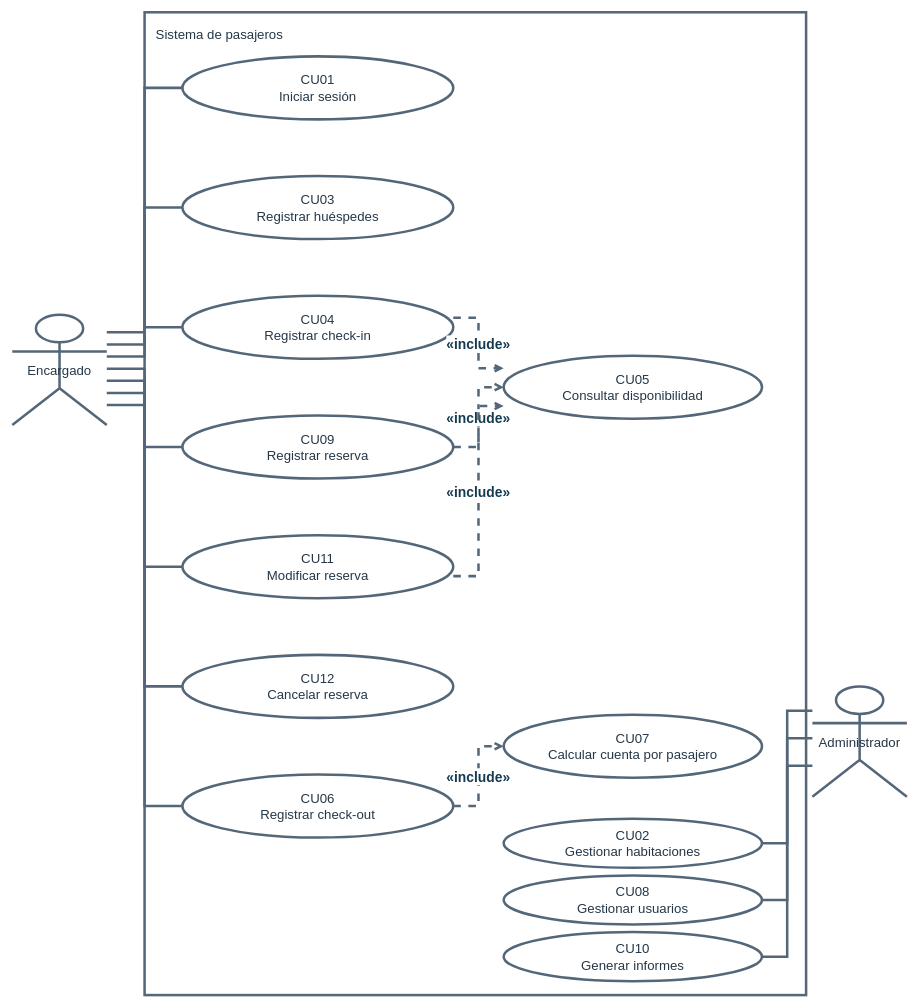
This is diagramas-editables/sistema-casos-de-uso.drawio from Yutre3/hotel-duerme-bien, a draw.io file, before an edit. Source tidied: cells renumbered, new cells numbered last; positions are measured from the earlier drawing's top-left corner, leaving out a move shared by most shapes. Both pictures are drawn from the tidied source at 63%, with x=0, y=0 at pixel (12, 12).
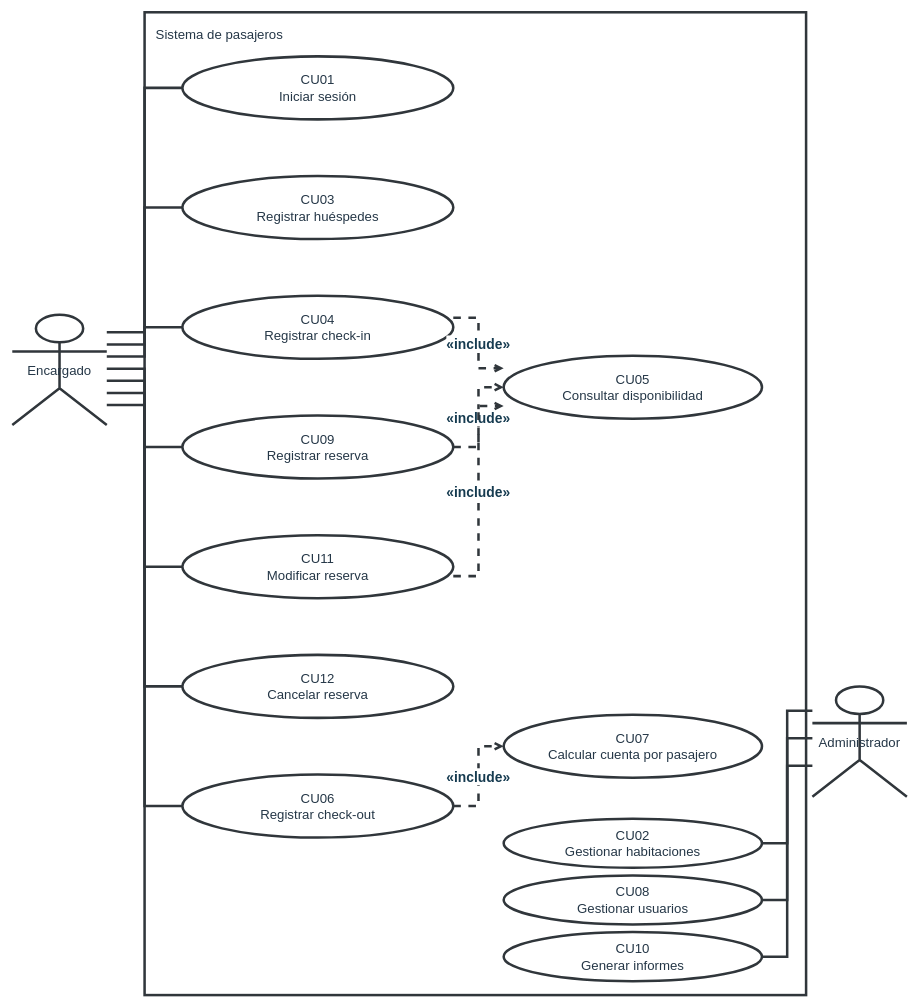
The same page after the edit.

Change to the diagram source:
```diff
@@
-    <mxCell id="2" value="Sistema de pasajeros" style="rounded=0;verticalAlign=top;align=left;spacing=18;html=0;whiteSpace=wrap;strokeColor=#546778;strokeWidth=4;fillColor=#ffffff;fontColor=#253747;fontSize=21;" parent="1" vertex="1">
+    <mxCell id="2" value="Sistema de pasajeros" style="rounded=0;verticalAlign=top;align=left;spacing=18;html=0;whiteSpace=wrap;strokeColor=#30363b;strokeWidth=4;fillColor=#ffffff;fontColor=#253747;fontSize=21;" parent="1" vertex="1">
       <mxGeometry x="210" width="1050" height="1560" as="geometry" />
     </mxCell>
-    <mxCell id="3" value="Encargado" style="shape=umlActor;html=0;whiteSpace=wrap;strokeColor=#546778;strokeWidth=4;fillColor=#ffffff;fontColor=#253747;fontSize=21;" parent="1" vertex="1">
+    <mxCell id="3" value="Encargado" style="shape=umlActor;html=0;whiteSpace=wrap;strokeColor=#30363b;strokeWidth=4;fillColor=#ffffff;fontColor=#253747;fontSize=21;" parent="1" vertex="1">
       <mxGeometry y="480" width="150" height="175" as="geometry" />
     </mxCell>
-    <mxCell id="4" value="Administrador" style="shape=umlActor;html=0;whiteSpace=wrap;strokeColor=#546778;strokeWidth=4;fillColor=#ffffff;fontColor=#253747;fontSize=21;" parent="1" vertex="1">
+    <mxCell id="4" value="Administrador" style="shape=umlActor;html=0;whiteSpace=wrap;strokeColor=#30363b;strokeWidth=4;fillColor=#ffffff;fontColor=#253747;fontSize=21;" parent="1" vertex="1">
       <mxGeometry x="1270" y="1070" width="150" height="175" as="geometry" />
     </mxCell>
-    <mxCell id="5" value="CU01&#10;Iniciar sesión" style="ellipse;html=0;whiteSpace=wrap;strokeColor=#546778;strokeWidth=4;fillColor=#ffffff;fontColor=#253747;fontSize=21;" parent="1" vertex="1">
+    <mxCell id="5" value="CU01&#10;Iniciar sesión" style="ellipse;html=0;whiteSpace=wrap;strokeColor=#30363b;strokeWidth=4;fillColor=#ffffff;fontColor=#253747;fontSize=21;" parent="1" vertex="1">
       <mxGeometry x="270" y="70" width="430" height="100" as="geometry" />
     </mxCell>
-    <mxCell id="6" value="CU03&#10;Registrar huéspedes" style="ellipse;html=0;whiteSpace=wrap;strokeColor=#546778;strokeWidth=4;fillColor=#ffffff;fontColor=#253747;fontSize=21;" parent="1" vertex="1">
+    <mxCell id="6" value="CU03&#10;Registrar huéspedes" style="ellipse;html=0;whiteSpace=wrap;strokeColor=#30363b;strokeWidth=4;fillColor=#ffffff;fontColor=#253747;fontSize=21;" parent="1" vertex="1">
       <mxGeometry x="270" y="260" width="430" height="100" as="geometry" />
     </mxCell>
-    <mxCell id="7" value="CU04&#10;Registrar check-in" style="ellipse;html=0;whiteSpace=wrap;strokeColor=#546778;strokeWidth=4;fillColor=#ffffff;fontColor=#253747;fontSize=21;" parent="1" vertex="1">
+    <mxCell id="7" value="CU04&#10;Registrar check-in" style="ellipse;html=0;whiteSpace=wrap;strokeColor=#30363b;strokeWidth=4;fillColor=#ffffff;fontColor=#253747;fontSize=21;" parent="1" vertex="1">
       <mxGeometry x="270" y="450" width="430" height="100" as="geometry" />
     </mxCell>
-    <mxCell id="8" value="CU09&#10;Registrar reserva" style="ellipse;html=0;whiteSpace=wrap;strokeColor=#546778;strokeWidth=4;fillColor=#ffffff;fontColor=#253747;fontSize=21;" parent="1" vertex="1">
+    <mxCell id="8" value="CU09&#10;Registrar reserva" style="ellipse;html=0;whiteSpace=wrap;strokeColor=#30363b;strokeWidth=4;fillColor=#ffffff;fontColor=#253747;fontSize=21;" parent="1" vertex="1">
       <mxGeometry x="270" y="640" width="430" height="100" as="geometry" />
     </mxCell>
-    <mxCell id="9" value="CU11&#10;Modificar reserva" style="ellipse;html=0;whiteSpace=wrap;strokeColor=#546778;strokeWidth=4;fillColor=#ffffff;fontColor=#253747;fontSize=21;" parent="1" vertex="1">
+    <mxCell id="9" value="CU11&#10;Modificar reserva" style="ellipse;html=0;whiteSpace=wrap;strokeColor=#30363b;strokeWidth=4;fillColor=#ffffff;fontColor=#253747;fontSize=21;" parent="1" vertex="1">
       <mxGeometry x="270" y="830" width="430" height="100" as="geometry" />
     </mxCell>
-    <mxCell id="10" value="CU12&#10;Cancelar reserva" style="ellipse;html=0;whiteSpace=wrap;strokeColor=#546778;strokeWidth=4;fillColor=#ffffff;fontColor=#253747;fontSize=21;" parent="1" vertex="1">
+    <mxCell id="10" value="CU12&#10;Cancelar reserva" style="ellipse;html=0;whiteSpace=wrap;strokeColor=#30363b;strokeWidth=4;fillColor=#ffffff;fontColor=#253747;fontSize=21;" parent="1" vertex="1">
       <mxGeometry x="270" y="1020" width="430" height="100" as="geometry" />
     </mxCell>
-    <mxCell id="11" value="CU06&#10;Registrar check-out" style="ellipse;html=0;whiteSpace=wrap;strokeColor=#546778;strokeWidth=4;fillColor=#ffffff;fontColor=#253747;fontSize=21;" parent="1" vertex="1">
+    <mxCell id="11" value="CU06&#10;Registrar check-out" style="ellipse;html=0;whiteSpace=wrap;strokeColor=#30363b;strokeWidth=4;fillColor=#ffffff;fontColor=#253747;fontSize=21;" parent="1" vertex="1">
       <mxGeometry x="270" y="1210" width="430" height="100" as="geometry" />
     </mxCell>
-    <mxCell id="12" value="CU05&#10;Consultar disponibilidad" style="ellipse;html=0;whiteSpace=wrap;strokeColor=#546778;strokeWidth=4;fillColor=#ffffff;fontColor=#253747;fontSize=21;" parent="1" vertex="1">
+    <mxCell id="12" value="CU05&#10;Consultar disponibilidad" style="ellipse;html=0;whiteSpace=wrap;strokeColor=#30363b;strokeWidth=4;fillColor=#ffffff;fontColor=#253747;fontSize=21;" parent="1" vertex="1">
       <mxGeometry x="780" y="545" width="410" height="100" as="geometry" />
     </mxCell>
-    <mxCell id="13" value="CU07&#10;Calcular cuenta por pasajero" style="ellipse;html=0;whiteSpace=wrap;strokeColor=#546778;strokeWidth=4;fillColor=#ffffff;fontColor=#253747;fontSize=21;" parent="1" vertex="1">
+    <mxCell id="13" value="CU07&#10;Calcular cuenta por pasajero" style="ellipse;html=0;whiteSpace=wrap;strokeColor=#30363b;strokeWidth=4;fillColor=#ffffff;fontColor=#253747;fontSize=21;" parent="1" vertex="1">
       <mxGeometry x="780" y="1115" width="410" height="100" as="geometry" />
     </mxCell>
-    <mxCell id="14" value="CU02&#10;Gestionar habitaciones" style="ellipse;html=0;whiteSpace=wrap;strokeColor=#546778;strokeWidth=4;fillColor=#ffffff;fontColor=#253747;fontSize=21;" parent="1" vertex="1">
+    <mxCell id="14" value="CU02&#10;Gestionar habitaciones" style="ellipse;html=0;whiteSpace=wrap;strokeColor=#30363b;strokeWidth=4;fillColor=#ffffff;fontColor=#253747;fontSize=21;" parent="1" vertex="1">
       <mxGeometry x="780" y="1280" width="410" height="78" as="geometry" />
     </mxCell>
-    <mxCell id="15" value="CU08&#10;Gestionar usuarios" style="ellipse;html=0;whiteSpace=wrap;strokeColor=#546778;strokeWidth=4;fillColor=#ffffff;fontColor=#253747;fontSize=21;" parent="1" vertex="1">
+    <mxCell id="15" value="CU08&#10;Gestionar usuarios" style="ellipse;html=0;whiteSpace=wrap;strokeColor=#30363b;strokeWidth=4;fillColor=#ffffff;fontColor=#253747;fontSize=21;" parent="1" vertex="1">
       <mxGeometry x="780" y="1370" width="410" height="78" as="geometry" />
     </mxCell>
-    <mxCell id="16" value="CU10&#10;Generar informes" style="ellipse;html=0;whiteSpace=wrap;strokeColor=#546778;strokeWidth=4;fillColor=#ffffff;fontColor=#253747;fontSize=21;" parent="1" vertex="1">
+    <mxCell id="16" value="CU10&#10;Generar informes" style="ellipse;html=0;whiteSpace=wrap;strokeColor=#30363b;strokeWidth=4;fillColor=#ffffff;fontColor=#253747;fontSize=21;" parent="1" vertex="1">
       <mxGeometry x="780" y="1460" width="410" height="78" as="geometry" />
     </mxCell>
-    <mxCell id="17" style="html=0;edgeStyle=orthogonalEdgeStyle;jettySize=32;rounded=0;strokeWidth=4;strokeColor=#546778;fontSize=22;fontStyle=1;fontColor=#163b50;labelBackgroundColor=#ffffff;endArrow=none;endFill=0;startArrow=none;startFill=0;exitX=1;exitY=0.16;exitPerimeter=0;entryX=0;entryY=0.5;entryPerimeter=0;" parent="1" edge="1" source="3" target="5">
+    <mxCell id="17" style="html=0;edgeStyle=orthogonalEdgeStyle;jettySize=32;rounded=0;strokeWidth=4;strokeColor=#30363b;fontSize=22;fontStyle=1;fontColor=#163b50;labelBackgroundColor=#ffffff;endArrow=none;endFill=0;startArrow=none;startFill=0;exitX=1;exitY=0.16;exitPerimeter=0;entryX=0;entryY=0.5;entryPerimeter=0;" parent="1" edge="1" source="3" target="5">
       <mxGeometry relative="1" as="geometry" />
     </mxCell>
-    <mxCell id="18" style="html=0;edgeStyle=orthogonalEdgeStyle;jettySize=32;rounded=0;strokeWidth=4;strokeColor=#546778;fontSize=22;fontStyle=1;fontColor=#163b50;labelBackgroundColor=#ffffff;endArrow=none;endFill=0;startArrow=none;startFill=0;exitX=1;exitY=0.27;exitPerimeter=0;entryX=0;entryY=0.5;entryPerimeter=0;" parent="1" edge="1" source="3" target="6">
+    <mxCell id="18" style="html=0;edgeStyle=orthogonalEdgeStyle;jettySize=32;rounded=0;strokeWidth=4;strokeColor=#30363b;fontSize=22;fontStyle=1;fontColor=#163b50;labelBackgroundColor=#ffffff;endArrow=none;endFill=0;startArrow=none;startFill=0;exitX=1;exitY=0.27;exitPerimeter=0;entryX=0;entryY=0.5;entryPerimeter=0;" parent="1" edge="1" source="3" target="6">
       <mxGeometry relative="1" as="geometry" />
     </mxCell>
-    <mxCell id="19" style="html=0;edgeStyle=orthogonalEdgeStyle;jettySize=32;rounded=0;strokeWidth=4;strokeColor=#546778;fontSize=22;fontStyle=1;fontColor=#163b50;labelBackgroundColor=#ffffff;endArrow=none;endFill=0;startArrow=none;startFill=0;exitX=1;exitY=0.38;exitPerimeter=0;entryX=0;entryY=0.5;entryPerimeter=0;" parent="1" edge="1" source="3" target="7">
+    <mxCell id="19" style="html=0;edgeStyle=orthogonalEdgeStyle;jettySize=32;rounded=0;strokeWidth=4;strokeColor=#30363b;fontSize=22;fontStyle=1;fontColor=#163b50;labelBackgroundColor=#ffffff;endArrow=none;endFill=0;startArrow=none;startFill=0;exitX=1;exitY=0.38;exitPerimeter=0;entryX=0;entryY=0.5;entryPerimeter=0;" parent="1" edge="1" source="3" target="7">
       <mxGeometry relative="1" as="geometry" />
     </mxCell>
-    <mxCell id="20" style="html=0;edgeStyle=orthogonalEdgeStyle;jettySize=32;rounded=0;strokeWidth=4;strokeColor=#546778;fontSize=22;fontStyle=1;fontColor=#163b50;labelBackgroundColor=#ffffff;endArrow=none;endFill=0;startArrow=none;startFill=0;exitX=1;exitY=0.49;exitPerimeter=0;entryX=0;entryY=0.5;entryPerimeter=0;" parent="1" edge="1" source="3" target="8">
+    <mxCell id="20" style="html=0;edgeStyle=orthogonalEdgeStyle;jettySize=32;rounded=0;strokeWidth=4;strokeColor=#30363b;fontSize=22;fontStyle=1;fontColor=#163b50;labelBackgroundColor=#ffffff;endArrow=none;endFill=0;startArrow=none;startFill=0;exitX=1;exitY=0.49;exitPerimeter=0;entryX=0;entryY=0.5;entryPerimeter=0;" parent="1" edge="1" source="3" target="8">
       <mxGeometry relative="1" as="geometry" />
     </mxCell>
-    <mxCell id="21" style="html=0;edgeStyle=orthogonalEdgeStyle;jettySize=32;rounded=0;strokeWidth=4;strokeColor=#546778;fontSize=22;fontStyle=1;fontColor=#163b50;labelBackgroundColor=#ffffff;endArrow=none;endFill=0;startArrow=none;startFill=0;exitX=1;exitY=0.6;exitPerimeter=0;entryX=0;entryY=0.5;entryPerimeter=0;" parent="1" edge="1" source="3" target="9">
+    <mxCell id="21" style="html=0;edgeStyle=orthogonalEdgeStyle;jettySize=32;rounded=0;strokeWidth=4;strokeColor=#30363b;fontSize=22;fontStyle=1;fontColor=#163b50;labelBackgroundColor=#ffffff;endArrow=none;endFill=0;startArrow=none;startFill=0;exitX=1;exitY=0.6;exitPerimeter=0;entryX=0;entryY=0.5;entryPerimeter=0;" parent="1" edge="1" source="3" target="9">
       <mxGeometry relative="1" as="geometry" />
     </mxCell>
-    <mxCell id="22" style="html=0;edgeStyle=orthogonalEdgeStyle;jettySize=32;rounded=0;strokeWidth=4;strokeColor=#546778;fontSize=22;fontStyle=1;fontColor=#163b50;labelBackgroundColor=#ffffff;endArrow=none;endFill=0;startArrow=none;startFill=0;exitX=1;exitY=0.7100000000000001;exitPerimeter=0;entryX=0;entryY=0.5;entryPerimeter=0;" parent="1" edge="1" source="3" target="10">
+    <mxCell id="22" style="html=0;edgeStyle=orthogonalEdgeStyle;jettySize=32;rounded=0;strokeWidth=4;strokeColor=#30363b;fontSize=22;fontStyle=1;fontColor=#163b50;labelBackgroundColor=#ffffff;endArrow=none;endFill=0;startArrow=none;startFill=0;exitX=1;exitY=0.7100000000000001;exitPerimeter=0;entryX=0;entryY=0.5;entryPerimeter=0;" parent="1" edge="1" source="3" target="10">
       <mxGeometry relative="1" as="geometry" />
     </mxCell>
-    <mxCell id="23" style="html=0;edgeStyle=orthogonalEdgeStyle;jettySize=32;rounded=0;strokeWidth=4;strokeColor=#546778;fontSize=22;fontStyle=1;fontColor=#163b50;labelBackgroundColor=#ffffff;endArrow=none;endFill=0;startArrow=none;startFill=0;exitX=1;exitY=0.8200000000000001;exitPerimeter=0;entryX=0;entryY=0.5;entryPerimeter=0;" parent="1" edge="1" source="3" target="11">
+    <mxCell id="23" style="html=0;edgeStyle=orthogonalEdgeStyle;jettySize=32;rounded=0;strokeWidth=4;strokeColor=#30363b;fontSize=22;fontStyle=1;fontColor=#163b50;labelBackgroundColor=#ffffff;endArrow=none;endFill=0;startArrow=none;startFill=0;exitX=1;exitY=0.8200000000000001;exitPerimeter=0;entryX=0;entryY=0.5;entryPerimeter=0;" parent="1" edge="1" source="3" target="11">
       <mxGeometry relative="1" as="geometry" />
     </mxCell>
-    <mxCell id="24" value="«include»" style="html=0;edgeStyle=orthogonalEdgeStyle;jettySize=32;rounded=0;strokeWidth=4;strokeColor=#546778;fontSize=22;fontStyle=1;fontColor=#163b50;labelBackgroundColor=#ffffff;endArrow=open;endFill=0;startArrow=none;startFill=0;exitX=1;exitY=0.35;exitPerimeter=0;entryX=0;entryY=0.2;entryPerimeter=0;dashed=1;" parent="1" edge="1" source="7" target="12">
+    <mxCell id="24" value="«include»" style="html=0;edgeStyle=orthogonalEdgeStyle;jettySize=32;rounded=0;strokeWidth=4;strokeColor=#30363b;fontSize=22;fontStyle=1;fontColor=#163b50;labelBackgroundColor=#ffffff;endArrow=open;endFill=0;startArrow=none;startFill=0;exitX=1;exitY=0.35;exitPerimeter=0;entryX=0;entryY=0.2;entryPerimeter=0;dashed=1;" parent="1" edge="1" source="7" target="12">
       <mxGeometry relative="1" as="geometry" />
     </mxCell>
-    <mxCell id="25" value="«include»" style="html=0;edgeStyle=orthogonalEdgeStyle;jettySize=32;rounded=0;strokeWidth=4;strokeColor=#546778;fontSize=22;fontStyle=1;fontColor=#163b50;labelBackgroundColor=#ffffff;endArrow=open;endFill=0;startArrow=none;startFill=0;exitX=1;exitY=0.5;exitPerimeter=0;entryX=0;entryY=0.5;entryPerimeter=0;dashed=1;" parent="1" edge="1" source="8" target="12">
+    <mxCell id="25" value="«include»" style="html=0;edgeStyle=orthogonalEdgeStyle;jettySize=32;rounded=0;strokeWidth=4;strokeColor=#30363b;fontSize=22;fontStyle=1;fontColor=#163b50;labelBackgroundColor=#ffffff;endArrow=open;endFill=0;startArrow=none;startFill=0;exitX=1;exitY=0.5;exitPerimeter=0;entryX=0;entryY=0.5;entryPerimeter=0;dashed=1;" parent="1" edge="1" source="8" target="12">
       <mxGeometry relative="1" as="geometry" />
     </mxCell>
-    <mxCell id="26" value="«include»" style="html=0;edgeStyle=orthogonalEdgeStyle;jettySize=32;rounded=0;strokeWidth=4;strokeColor=#546778;fontSize=22;fontStyle=1;fontColor=#163b50;labelBackgroundColor=#ffffff;endArrow=open;endFill=0;startArrow=none;startFill=0;exitX=1;exitY=0.65;exitPerimeter=0;entryX=0;entryY=0.8;entryPerimeter=0;dashed=1;" parent="1" edge="1" source="9" target="12">
+    <mxCell id="26" value="«include»" style="html=0;edgeStyle=orthogonalEdgeStyle;jettySize=32;rounded=0;strokeWidth=4;strokeColor=#30363b;fontSize=22;fontStyle=1;fontColor=#163b50;labelBackgroundColor=#ffffff;endArrow=open;endFill=0;startArrow=none;startFill=0;exitX=1;exitY=0.65;exitPerimeter=0;entryX=0;entryY=0.8;entryPerimeter=0;dashed=1;" parent="1" edge="1" source="9" target="12">
       <mxGeometry relative="1" as="geometry" />
     </mxCell>
-    <mxCell id="27" value="«include»" style="html=0;edgeStyle=orthogonalEdgeStyle;jettySize=32;rounded=0;strokeWidth=4;strokeColor=#546778;fontSize=22;fontStyle=1;fontColor=#163b50;labelBackgroundColor=#ffffff;endArrow=open;endFill=0;startArrow=none;startFill=0;exitX=1;exitY=0.5;exitPerimeter=0;entryX=0;entryY=0.5;entryPerimeter=0;dashed=1;" parent="1" edge="1" source="11" target="13">
+    <mxCell id="27" value="«include»" style="html=0;edgeStyle=orthogonalEdgeStyle;jettySize=32;rounded=0;strokeWidth=4;strokeColor=#30363b;fontSize=22;fontStyle=1;fontColor=#163b50;labelBackgroundColor=#ffffff;endArrow=open;endFill=0;startArrow=none;startFill=0;exitX=1;exitY=0.5;exitPerimeter=0;entryX=0;entryY=0.5;entryPerimeter=0;dashed=1;" parent="1" edge="1" source="11" target="13">
       <mxGeometry relative="1" as="geometry" />
     </mxCell>
-    <mxCell id="28" style="html=0;edgeStyle=orthogonalEdgeStyle;jettySize=32;rounded=0;strokeWidth=4;strokeColor=#546778;fontSize=22;fontStyle=1;fontColor=#163b50;labelBackgroundColor=#ffffff;endArrow=none;endFill=0;startArrow=none;startFill=0;exitX=0;exitY=0.22;exitPerimeter=0;entryX=1;entryY=0.5;entryPerimeter=0;" parent="1" edge="1" source="4" target="14">
+    <mxCell id="28" style="html=0;edgeStyle=orthogonalEdgeStyle;jettySize=32;rounded=0;strokeWidth=4;strokeColor=#30363b;fontSize=22;fontStyle=1;fontColor=#163b50;labelBackgroundColor=#ffffff;endArrow=none;endFill=0;startArrow=none;startFill=0;exitX=0;exitY=0.22;exitPerimeter=0;entryX=1;entryY=0.5;entryPerimeter=0;" parent="1" edge="1" source="4" target="14">
       <mxGeometry relative="1" as="geometry" />
     </mxCell>
-    <mxCell id="29" style="html=0;edgeStyle=orthogonalEdgeStyle;jettySize=32;rounded=0;strokeWidth=4;strokeColor=#546778;fontSize=22;fontStyle=1;fontColor=#163b50;labelBackgroundColor=#ffffff;endArrow=none;endFill=0;startArrow=none;startFill=0;exitX=0;exitY=0.47;exitPerimeter=0;entryX=1;entryY=0.5;entryPerimeter=0;" parent="1" edge="1" source="4" target="15">
+    <mxCell id="29" style="html=0;edgeStyle=orthogonalEdgeStyle;jettySize=32;rounded=0;strokeWidth=4;strokeColor=#30363b;fontSize=22;fontStyle=1;fontColor=#163b50;labelBackgroundColor=#ffffff;endArrow=none;endFill=0;startArrow=none;startFill=0;exitX=0;exitY=0.47;exitPerimeter=0;entryX=1;entryY=0.5;entryPerimeter=0;" parent="1" edge="1" source="4" target="15">
       <mxGeometry relative="1" as="geometry" />
     </mxCell>
-    <mxCell id="30" style="html=0;edgeStyle=orthogonalEdgeStyle;jettySize=32;rounded=0;strokeWidth=4;strokeColor=#546778;fontSize=22;fontStyle=1;fontColor=#163b50;labelBackgroundColor=#ffffff;endArrow=none;endFill=0;startArrow=none;startFill=0;exitX=0;exitY=0.72;exitPerimeter=0;entryX=1;entryY=0.5;entryPerimeter=0;" parent="1" edge="1" source="4" target="16">
+    <mxCell id="30" style="html=0;edgeStyle=orthogonalEdgeStyle;jettySize=32;rounded=0;strokeWidth=4;strokeColor=#30363b;fontSize=22;fontStyle=1;fontColor=#163b50;labelBackgroundColor=#ffffff;endArrow=none;endFill=0;startArrow=none;startFill=0;exitX=0;exitY=0.72;exitPerimeter=0;entryX=1;entryY=0.5;entryPerimeter=0;" parent="1" edge="1" source="4" target="16">
       <mxGeometry relative="1" as="geometry" />
     </mxCell>
```
